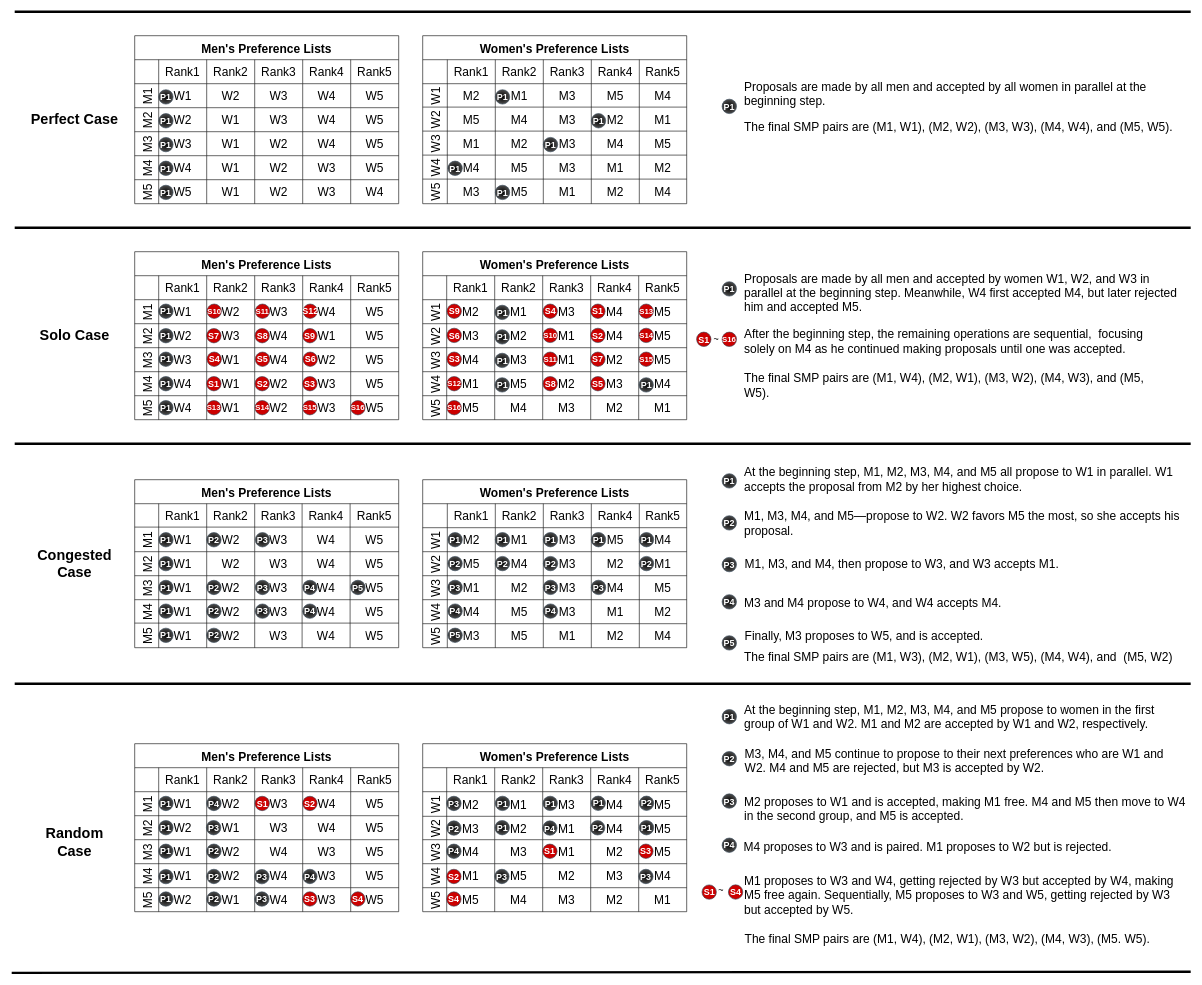
victorliu-sq/BambooSMP-Figures keeps this draw.io diagram as MoreWorkloads.drawio. Above is the earlier version. Source tidied: cells renumbered, new cells numbered last; positions are measured from the earlier drawing's top-left corner, leaving out a move shared by most shapes. Both pictures are drawn from the tidied source at 60%, with x=0, y=0 at pixel (11, 11).
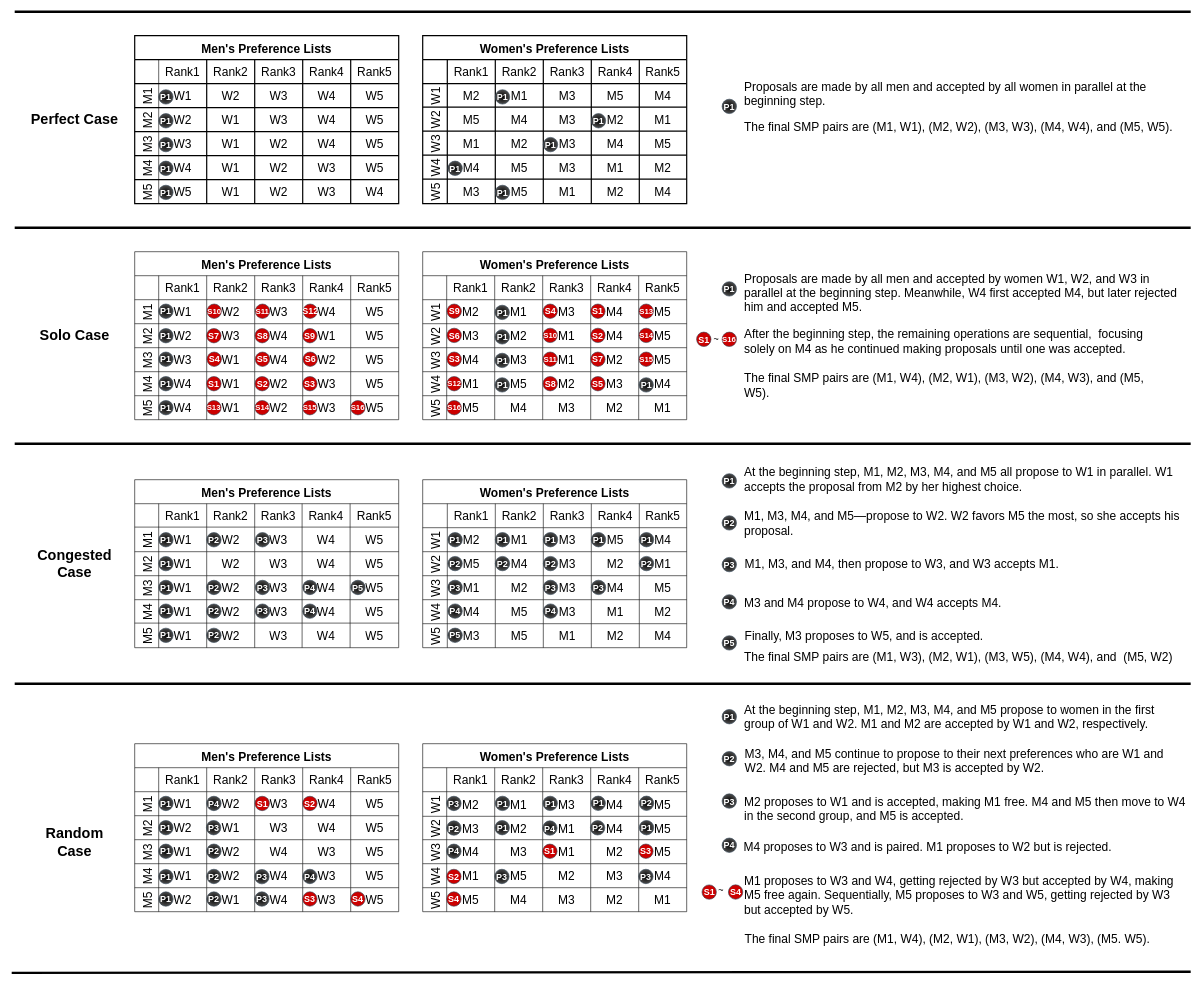
The same diagram, later.

What changed in the source:
```diff
@@
-    <mxCell id="77" value="Men's Preference Lists" style="shape=table;startSize=40;childLayout=tableLayout;resizeLastRow=0;fontStyle=1;fontSize=20;" parent="1" vertex="1">
+    <mxCell id="77" value="Men's Preference Lists" style="shape=table;startSize=40;childLayout=tableLayout;resizeLastRow=0;fontStyle=1;fontSize=20;perimeterSpacing=0;strokeWidth=2;" parent="1" vertex="1">
       <mxGeometry x="205" y="40" width="440" height="280" as="geometry" />
     </mxCell>
@@
-    <mxCell id="185" value="Women's Preference Lists" style="shape=table;startSize=40;childLayout=tableLayout;resizeLastRow=0;fontStyle=1;fontSize=20;" parent="1" vertex="1">
+    <mxCell id="185" value="Women's Preference Lists" style="shape=table;startSize=40;childLayout=tableLayout;resizeLastRow=0;fontStyle=1;fontSize=20;strokeWidth=2;" parent="1" vertex="1">
       <mxGeometry x="685" y="40" width="440" height="280" as="geometry" />
     </mxCell>
-    <mxCell id="186" style="shape=tableRow;horizontal=0;startSize=41;swimlaneHead=0;swimlaneBody=0;strokeColor=inherit;top=0;left=0;bottom=0;right=0;fillColor=none;fontSize=20;" parent="185" vertex="1">
+    <mxCell id="186" style="shape=tableRow;horizontal=0;startSize=41;swimlaneHead=0;swimlaneBody=0;strokeColor=inherit;top=0;left=0;bottom=0;right=0;fillColor=none;fontSize=20;strokeWidth=2;" parent="185" vertex="1">
       <mxGeometry y="40" width="440" height="40" as="geometry" />
     </mxCell>
-    <mxCell id="187" value="Rank1" style="shape=partialRectangle;html=1;whiteSpace=wrap;strokeColor=inherit;overflow=hidden;fillColor=none;top=0;left=0;bottom=0;right=0;fontSize=20;" parent="186" vertex="1">
+    <mxCell id="187" value="Rank1" style="shape=partialRectangle;html=1;whiteSpace=wrap;strokeColor=inherit;overflow=hidden;fillColor=none;top=0;left=0;bottom=0;right=0;fontSize=20;strokeWidth=2;" parent="186" vertex="1">
       <mxGeometry x="41" width="80" height="40" as="geometry" />
     </mxCell>
-    <mxCell id="188" value="Rank2" style="shape=partialRectangle;html=1;whiteSpace=wrap;strokeColor=inherit;overflow=hidden;fillColor=none;top=0;left=0;bottom=0;right=0;fontSize=20;" parent="186" vertex="1">
+    <mxCell id="188" value="Rank2" style="shape=partialRectangle;html=1;whiteSpace=wrap;strokeColor=inherit;overflow=hidden;fillColor=none;top=0;left=0;bottom=0;right=0;fontSize=20;strokeWidth=2;" parent="186" vertex="1">
       <mxGeometry x="121" width="80" height="40" as="geometry" />
     </mxCell>
-    <mxCell id="189" value="Rank3" style="shape=partialRectangle;html=1;whiteSpace=wrap;strokeColor=inherit;overflow=hidden;fillColor=none;top=0;left=0;bottom=0;right=0;strokeWidth=1;fontSize=20;" parent="186" vertex="1">
+    <mxCell id="189" value="Rank3" style="shape=partialRectangle;html=1;whiteSpace=wrap;strokeColor=inherit;overflow=hidden;fillColor=none;top=0;left=0;bottom=0;right=0;strokeWidth=2;fontSize=20;" parent="186" vertex="1">
       <mxGeometry x="201" width="80" height="40" as="geometry" />
     </mxCell>
-    <mxCell id="190" value="Rank4" style="shape=partialRectangle;html=1;whiteSpace=wrap;strokeColor=inherit;overflow=hidden;fillColor=none;top=0;left=0;bottom=0;right=0;strokeWidth=1;fontSize=20;" parent="186" vertex="1">
+    <mxCell id="190" value="Rank4" style="shape=partialRectangle;html=1;whiteSpace=wrap;strokeColor=inherit;overflow=hidden;fillColor=none;top=0;left=0;bottom=0;right=0;strokeWidth=2;fontSize=20;" parent="186" vertex="1">
       <mxGeometry x="281" width="80" height="40" as="geometry" />
     </mxCell>
-    <mxCell id="191" value="Rank5" style="shape=partialRectangle;html=1;whiteSpace=wrap;strokeColor=inherit;overflow=hidden;fillColor=none;top=0;left=0;bottom=0;right=0;strokeWidth=1;fontSize=20;" parent="186" vertex="1">
+    <mxCell id="191" value="Rank5" style="shape=partialRectangle;html=1;whiteSpace=wrap;strokeColor=inherit;overflow=hidden;fillColor=none;top=0;left=0;bottom=0;right=0;strokeWidth=2;fontSize=20;" parent="186" vertex="1">
       <mxGeometry x="361" width="79" height="40" as="geometry" />
     </mxCell>
-    <mxCell id="192" value="W1" style="shape=tableRow;horizontal=0;startSize=41;swimlaneHead=0;swimlaneBody=0;strokeColor=inherit;top=0;left=0;bottom=0;right=0;fillColor=none;fontSize=20;" parent="185" vertex="1">
+    <mxCell id="192" value="W1" style="shape=tableRow;horizontal=0;startSize=41;swimlaneHead=0;swimlaneBody=0;strokeColor=inherit;top=0;left=0;bottom=0;right=0;fillColor=none;fontSize=20;strokeWidth=2;" parent="185" vertex="1">
       <mxGeometry y="80" width="440" height="39" as="geometry" />
     </mxCell>
-    <mxCell id="193" value="M2" style="shape=partialRectangle;html=1;whiteSpace=wrap;overflow=hidden;top=0;left=0;bottom=0;right=0;strokeColor=default;fillColor=none;fontSize=20;" parent="192" vertex="1">
+    <mxCell id="193" value="M2" style="shape=partialRectangle;html=1;whiteSpace=wrap;overflow=hidden;top=0;left=0;bottom=0;right=0;strokeColor=default;fillColor=none;fontSize=20;strokeWidth=2;" parent="192" vertex="1">
       <mxGeometry x="41" width="80" height="39" as="geometry" />
     </mxCell>
-    <mxCell id="194" value="M1" style="shape=partialRectangle;html=1;whiteSpace=wrap;overflow=hidden;top=0;left=0;bottom=0;right=0;fillColor=none;labelBackgroundColor=none;labelBorderColor=none;strokeColor=default;shadow=0;backgroundOutline=0;fontSize=20;" parent="192" vertex="1">
+    <mxCell id="194" value="M1" style="shape=partialRectangle;html=1;whiteSpace=wrap;overflow=hidden;top=0;left=0;bottom=0;right=0;fillColor=none;labelBackgroundColor=none;labelBorderColor=none;strokeColor=default;shadow=0;backgroundOutline=0;fontSize=20;strokeWidth=2;" parent="192" vertex="1">
       <mxGeometry x="121" width="80" height="39" as="geometry" />
     </mxCell>
-    <mxCell id="195" value="M3" style="shape=partialRectangle;html=1;whiteSpace=wrap;overflow=hidden;top=0;left=0;bottom=0;right=0;fillColor=none;fontSize=20;" parent="192" vertex="1">
+    <mxCell id="195" value="M3" style="shape=partialRectangle;html=1;whiteSpace=wrap;overflow=hidden;top=0;left=0;bottom=0;right=0;fillColor=none;fontSize=20;strokeWidth=2;" parent="192" vertex="1">
       <mxGeometry x="201" width="80" height="39" as="geometry" />
     </mxCell>
-    <mxCell id="196" value="M5" style="shape=partialRectangle;html=1;whiteSpace=wrap;overflow=hidden;top=0;left=0;bottom=0;right=0;fillColor=none;fontSize=20;" parent="192" vertex="1">
+    <mxCell id="196" value="M5" style="shape=partialRectangle;html=1;whiteSpace=wrap;overflow=hidden;top=0;left=0;bottom=0;right=0;fillColor=none;fontSize=20;strokeWidth=2;" parent="192" vertex="1">
       <mxGeometry x="281" width="80" height="39" as="geometry" />
     </mxCell>
-    <mxCell id="197" value="M4" style="shape=partialRectangle;html=1;whiteSpace=wrap;overflow=hidden;top=0;left=0;bottom=0;right=0;fillColor=none;fontSize=20;" parent="192" vertex="1">
+    <mxCell id="197" value="M4" style="shape=partialRectangle;html=1;whiteSpace=wrap;overflow=hidden;top=0;left=0;bottom=0;right=0;fillColor=none;fontSize=20;strokeWidth=2;" parent="192" vertex="1">
       <mxGeometry x="361" width="79" height="39" as="geometry" />
     </mxCell>
-    <mxCell id="198" value="W2" style="shape=tableRow;horizontal=0;startSize=41;swimlaneHead=0;swimlaneBody=0;strokeColor=inherit;top=0;left=0;bottom=0;right=0;fillColor=none;fontSize=20;" parent="185" vertex="1">
+    <mxCell id="198" value="W2" style="shape=tableRow;horizontal=0;startSize=41;swimlaneHead=0;swimlaneBody=0;strokeColor=inherit;top=0;left=0;bottom=0;right=0;fillColor=none;fontSize=20;strokeWidth=2;" parent="185" vertex="1">
       <mxGeometry y="119" width="440" height="40" as="geometry" />
     </mxCell>
-    <mxCell id="199" value="M5" style="shape=partialRectangle;html=1;whiteSpace=wrap;overflow=hidden;top=0;left=0;bottom=0;right=0;strokeOpacity=100;fillColor=none;fontSize=20;" parent="198" vertex="1">
+    <mxCell id="199" value="M5" style="shape=partialRectangle;html=1;whiteSpace=wrap;overflow=hidden;top=0;left=0;bottom=0;right=0;strokeOpacity=100;fillColor=none;fontSize=20;strokeWidth=2;" parent="198" vertex="1">
       <mxGeometry x="41" width="80" height="40" as="geometry" />
     </mxCell>
-    <mxCell id="200" value="M4" style="shape=partialRectangle;html=1;whiteSpace=wrap;strokeColor=inherit;overflow=hidden;fillColor=none;top=0;left=0;bottom=0;right=0;fontSize=20;" parent="198" vertex="1">
+    <mxCell id="200" value="M4" style="shape=partialRectangle;html=1;whiteSpace=wrap;strokeColor=inherit;overflow=hidden;fillColor=none;top=0;left=0;bottom=0;right=0;fontSize=20;strokeWidth=2;" parent="198" vertex="1">
       <mxGeometry x="121" width="80" height="40" as="geometry" />
     </mxCell>
-    <mxCell id="201" value="M3" style="shape=partialRectangle;html=1;whiteSpace=wrap;strokeColor=inherit;overflow=hidden;fillColor=none;top=0;left=0;bottom=0;right=0;fontSize=20;" parent="198" vertex="1">
+    <mxCell id="201" value="M3" style="shape=partialRectangle;html=1;whiteSpace=wrap;strokeColor=inherit;overflow=hidden;fillColor=none;top=0;left=0;bottom=0;right=0;fontSize=20;strokeWidth=2;" parent="198" vertex="1">
       <mxGeometry x="201" width="80" height="40" as="geometry" />
     </mxCell>
-    <mxCell id="202" value="M2" style="shape=partialRectangle;html=1;whiteSpace=wrap;strokeColor=inherit;overflow=hidden;fillColor=none;top=0;left=0;bottom=0;right=0;fontSize=20;" parent="198" vertex="1">
+    <mxCell id="202" value="M2" style="shape=partialRectangle;html=1;whiteSpace=wrap;strokeColor=inherit;overflow=hidden;fillColor=none;top=0;left=0;bottom=0;right=0;fontSize=20;strokeWidth=2;" parent="198" vertex="1">
       <mxGeometry x="281" width="80" height="40" as="geometry" />
     </mxCell>
-    <mxCell id="203" value="M1" style="shape=partialRectangle;html=1;whiteSpace=wrap;strokeColor=inherit;overflow=hidden;fillColor=none;top=0;left=0;bottom=0;right=0;fontSize=20;" parent="198" vertex="1">
+    <mxCell id="203" value="M1" style="shape=partialRectangle;html=1;whiteSpace=wrap;strokeColor=inherit;overflow=hidden;fillColor=none;top=0;left=0;bottom=0;right=0;fontSize=20;strokeWidth=2;" parent="198" vertex="1">
       <mxGeometry x="361" width="79" height="40" as="geometry" />
     </mxCell>
-    <mxCell id="204" value="W3" style="shape=tableRow;horizontal=0;startSize=41;swimlaneHead=0;swimlaneBody=0;strokeColor=inherit;top=0;left=0;bottom=0;right=0;fillColor=none;fontSize=20;" parent="185" vertex="1">
+    <mxCell id="204" value="W3" style="shape=tableRow;horizontal=0;startSize=41;swimlaneHead=0;swimlaneBody=0;strokeColor=inherit;top=0;left=0;bottom=0;right=0;fillColor=none;fontSize=20;strokeWidth=2;" parent="185" vertex="1">
       <mxGeometry y="159" width="440" height="40" as="geometry" />
     </mxCell>
-    <mxCell id="205" value="M1" style="shape=partialRectangle;html=1;whiteSpace=wrap;overflow=hidden;top=0;left=0;bottom=0;right=0;fillColor=none;fontSize=20;" parent="204" vertex="1">
+    <mxCell id="205" value="M1" style="shape=partialRectangle;html=1;whiteSpace=wrap;overflow=hidden;top=0;left=0;bottom=0;right=0;fillColor=none;fontSize=20;strokeWidth=2;" parent="204" vertex="1">
       <mxGeometry x="41" width="80" height="40" as="geometry" />
     </mxCell>
-    <mxCell id="206" value="M2" style="shape=partialRectangle;html=1;whiteSpace=wrap;overflow=hidden;top=0;left=0;bottom=0;right=0;fillColor=none;fontSize=20;" parent="204" vertex="1">
+    <mxCell id="206" value="M2" style="shape=partialRectangle;html=1;whiteSpace=wrap;overflow=hidden;top=0;left=0;bottom=0;right=0;fillColor=none;fontSize=20;strokeWidth=2;" parent="204" vertex="1">
       <mxGeometry x="121" width="80" height="40" as="geometry" />
     </mxCell>
-    <mxCell id="207" value="M3" style="shape=partialRectangle;html=1;whiteSpace=wrap;strokeColor=inherit;overflow=hidden;fillColor=none;top=0;left=0;bottom=0;right=0;fontSize=20;" parent="204" vertex="1">
+    <mxCell id="207" value="M3" style="shape=partialRectangle;html=1;whiteSpace=wrap;strokeColor=inherit;overflow=hidden;fillColor=none;top=0;left=0;bottom=0;right=0;fontSize=20;strokeWidth=2;" parent="204" vertex="1">
       <mxGeometry x="201" width="80" height="40" as="geometry" />
     </mxCell>
-    <mxCell id="208" value="M4" style="shape=partialRectangle;html=1;whiteSpace=wrap;strokeColor=inherit;overflow=hidden;fillColor=none;top=0;left=0;bottom=0;right=0;fontSize=20;" parent="204" vertex="1">
+    <mxCell id="208" value="M4" style="shape=partialRectangle;html=1;whiteSpace=wrap;strokeColor=inherit;overflow=hidden;fillColor=none;top=0;left=0;bottom=0;right=0;fontSize=20;strokeWidth=2;" parent="204" vertex="1">
       <mxGeometry x="281" width="80" height="40" as="geometry" />
     </mxCell>
-    <mxCell id="209" value="M5" style="shape=partialRectangle;html=1;whiteSpace=wrap;strokeColor=inherit;overflow=hidden;fillColor=none;top=0;left=0;bottom=0;right=0;fontSize=20;" parent="204" vertex="1">
+    <mxCell id="209" value="M5" style="shape=partialRectangle;html=1;whiteSpace=wrap;strokeColor=inherit;overflow=hidden;fillColor=none;top=0;left=0;bottom=0;right=0;fontSize=20;strokeWidth=2;" parent="204" vertex="1">
       <mxGeometry x="361" width="79" height="40" as="geometry" />
     </mxCell>
-    <mxCell id="210" value="W4" style="shape=tableRow;horizontal=0;startSize=41;swimlaneHead=0;swimlaneBody=0;strokeColor=inherit;top=0;left=0;bottom=0;right=0;fillColor=none;fontSize=20;" parent="185" vertex="1">
+    <mxCell id="210" value="W4" style="shape=tableRow;horizontal=0;startSize=41;swimlaneHead=0;swimlaneBody=0;strokeColor=inherit;top=0;left=0;bottom=0;right=0;fillColor=none;fontSize=20;strokeWidth=2;" parent="185" vertex="1">
       <mxGeometry y="199" width="440" height="40" as="geometry" />
     </mxCell>
-    <mxCell id="211" value="M4" style="shape=partialRectangle;html=1;whiteSpace=wrap;overflow=hidden;top=0;left=0;bottom=0;right=0;fillColor=none;fontSize=20;" parent="210" vertex="1">
+    <mxCell id="211" value="M4" style="shape=partialRectangle;html=1;whiteSpace=wrap;overflow=hidden;top=0;left=0;bottom=0;right=0;fillColor=none;fontSize=20;strokeWidth=2;" parent="210" vertex="1">
       <mxGeometry x="41" width="80" height="40" as="geometry" />
     </mxCell>
-    <mxCell id="212" value="M5" style="shape=partialRectangle;html=1;whiteSpace=wrap;overflow=hidden;top=0;left=0;bottom=0;right=0;fillColor=none;fontSize=20;" parent="210" vertex="1">
+    <mxCell id="212" value="M5" style="shape=partialRectangle;html=1;whiteSpace=wrap;overflow=hidden;top=0;left=0;bottom=0;right=0;fillColor=none;fontSize=20;strokeWidth=2;" parent="210" vertex="1">
       <mxGeometry x="121" width="80" height="40" as="geometry" />
     </mxCell>
-    <mxCell id="213" value="M3" style="shape=partialRectangle;html=1;whiteSpace=wrap;strokeColor=inherit;overflow=hidden;fillColor=none;top=0;left=0;bottom=0;right=0;fontSize=20;" parent="210" vertex="1">
+    <mxCell id="213" value="M3" style="shape=partialRectangle;html=1;whiteSpace=wrap;strokeColor=inherit;overflow=hidden;fillColor=none;top=0;left=0;bottom=0;right=0;fontSize=20;strokeWidth=2;" parent="210" vertex="1">
       <mxGeometry x="201" width="80" height="40" as="geometry" />
     </mxCell>
-    <mxCell id="214" value="M1" style="shape=partialRectangle;html=1;whiteSpace=wrap;strokeColor=inherit;overflow=hidden;fillColor=none;top=0;left=0;bottom=0;right=0;fontSize=20;" parent="210" vertex="1">
+    <mxCell id="214" value="M1" style="shape=partialRectangle;html=1;whiteSpace=wrap;strokeColor=inherit;overflow=hidden;fillColor=none;top=0;left=0;bottom=0;right=0;fontSize=20;strokeWidth=2;" parent="210" vertex="1">
       <mxGeometry x="281" width="80" height="40" as="geometry" />
     </mxCell>
-    <mxCell id="215" value="M2" style="shape=partialRectangle;html=1;whiteSpace=wrap;strokeColor=inherit;overflow=hidden;fillColor=none;top=0;left=0;bottom=0;right=0;fontSize=20;" parent="210" vertex="1">
+    <mxCell id="215" value="M2" style="shape=partialRectangle;html=1;whiteSpace=wrap;strokeColor=inherit;overflow=hidden;fillColor=none;top=0;left=0;bottom=0;right=0;fontSize=20;strokeWidth=2;" parent="210" vertex="1">
       <mxGeometry x="361" width="79" height="40" as="geometry" />
     </mxCell>
-    <mxCell id="216" value="W5" style="shape=tableRow;horizontal=0;startSize=41;swimlaneHead=0;swimlaneBody=0;strokeColor=inherit;top=0;left=0;bottom=0;right=0;fillColor=none;fontSize=20;" parent="185" vertex="1">
+    <mxCell id="216" value="W5" style="shape=tableRow;horizontal=0;startSize=41;swimlaneHead=0;swimlaneBody=0;strokeColor=inherit;top=0;left=0;bottom=0;right=0;fillColor=none;fontSize=20;strokeWidth=2;" parent="185" vertex="1">
       <mxGeometry y="239" width="440" height="41" as="geometry" />
     </mxCell>
-    <mxCell id="217" value="M3" style="shape=partialRectangle;html=1;whiteSpace=wrap;overflow=hidden;top=0;left=0;bottom=0;right=0;fillColor=none;fontSize=20;" parent="216" vertex="1">
+    <mxCell id="217" value="M3" style="shape=partialRectangle;html=1;whiteSpace=wrap;overflow=hidden;top=0;left=0;bottom=0;right=0;fillColor=none;fontSize=20;strokeWidth=2;" parent="216" vertex="1">
       <mxGeometry x="41" width="80" height="41" as="geometry" />
     </mxCell>
-    <mxCell id="218" value="M5" style="shape=partialRectangle;html=1;whiteSpace=wrap;overflow=hidden;top=0;left=0;bottom=0;right=0;fillColor=none;fontSize=20;" parent="216" vertex="1">
+    <mxCell id="218" value="M5" style="shape=partialRectangle;html=1;whiteSpace=wrap;overflow=hidden;top=0;left=0;bottom=0;right=0;fillColor=none;fontSize=20;strokeWidth=2;" parent="216" vertex="1">
       <mxGeometry x="121" width="80" height="41" as="geometry" />
     </mxCell>
-    <mxCell id="219" value="M1" style="shape=partialRectangle;html=1;whiteSpace=wrap;strokeColor=inherit;overflow=hidden;fillColor=none;top=0;left=0;bottom=0;right=0;fontSize=20;" parent="216" vertex="1">
+    <mxCell id="219" value="M1" style="shape=partialRectangle;html=1;whiteSpace=wrap;strokeColor=inherit;overflow=hidden;fillColor=none;top=0;left=0;bottom=0;right=0;fontSize=20;strokeWidth=2;" parent="216" vertex="1">
       <mxGeometry x="201" width="80" height="41" as="geometry" />
     </mxCell>
-    <mxCell id="220" value="M2" style="shape=partialRectangle;html=1;whiteSpace=wrap;strokeColor=inherit;overflow=hidden;fillColor=none;top=0;left=0;bottom=0;right=0;fontSize=20;" parent="216" vertex="1">
+    <mxCell id="220" value="M2" style="shape=partialRectangle;html=1;whiteSpace=wrap;strokeColor=inherit;overflow=hidden;fillColor=none;top=0;left=0;bottom=0;right=0;fontSize=20;strokeWidth=2;" parent="216" vertex="1">
       <mxGeometry x="281" width="80" height="41" as="geometry" />
     </mxCell>
-    <mxCell id="221" value="M4" style="shape=partialRectangle;html=1;whiteSpace=wrap;strokeColor=inherit;overflow=hidden;fillColor=none;top=0;left=0;bottom=0;right=0;fontSize=20;" parent="216" vertex="1">
+    <mxCell id="221" value="M4" style="shape=partialRectangle;html=1;whiteSpace=wrap;strokeColor=inherit;overflow=hidden;fillColor=none;top=0;left=0;bottom=0;right=0;fontSize=20;strokeWidth=2;" parent="216" vertex="1">
       <mxGeometry x="361" width="79" height="41" as="geometry" />
     </mxCell>
```
